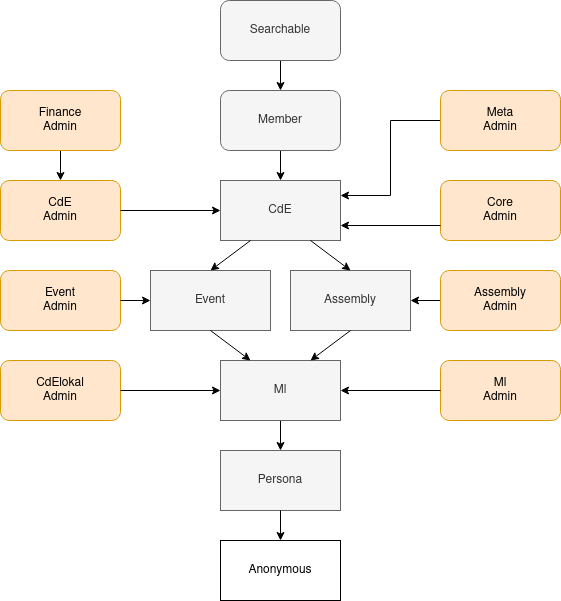
This is doc/source/Roles.png from cde-ev/cdedb2, a draw.io export, as it was before one commit. Source tidied: cells renumbered, new cells last; positions are measured from the earlier drawing's top-left corner, leaving out a move shared by most shapes. Source of this version:
```xml
<mxGraphModel>
  <root>
    <mxCell id="0" />
    <mxCell id="1" parent="0" />
    <mxCell id="2" value="Persona" style="rounded=0;whiteSpace=wrap;html=1;fillColor=#f5f5f5;strokeColor=#666666;fontColor=#333333;" parent="1" vertex="1">
      <mxGeometry x="220" y="450" width="120" height="60" as="geometry" />
    </mxCell>
    <mxCell id="3" value="Anonymous" style="rounded=0;whiteSpace=wrap;html=1;" parent="1" vertex="1">
      <mxGeometry x="220" y="540" width="120" height="60" as="geometry" />
    </mxCell>
    <mxCell id="4" style="edgeStyle=orthogonalEdgeStyle;rounded=0;jettySize=auto;html=1;" parent="1" edge="1" source="5" target="2">
      <mxGeometry relative="1" as="geometry" />
    </mxCell>
    <mxCell id="5" value="Ml" style="rounded=0;whiteSpace=wrap;html=1;fillColor=#f5f5f5;strokeColor=#666666;fontColor=#333333;" parent="1" vertex="1">
      <mxGeometry x="220" y="360" width="120" height="60" as="geometry" />
    </mxCell>
    <mxCell id="6" style="endArrow=classic;html=1;exitX=0.5;exitY=1;exitDx=0;exitDy=0;entryX=0.5;entryY=0;entryDx=0;entryDy=0;" parent="1" edge="1" source="2" target="3">
      <mxGeometry relative="1" as="geometry" />
    </mxCell>
    <mxCell id="7" value="Assembly" style="rounded=0;whiteSpace=wrap;html=1;fillColor=#f5f5f5;strokeColor=#666666;fontColor=#333333;" parent="1" vertex="1">
      <mxGeometry x="290" y="270" width="120" height="60" as="geometry" />
    </mxCell>
    <mxCell id="8" style="endArrow=classic;html=1;exitX=0.5;exitY=1;exitDx=0;exitDy=0;entryX=0.75;entryY=0;entryDx=0;entryDy=0;" parent="1" edge="1" source="7" target="5">
      <mxGeometry relative="1" as="geometry" />
    </mxCell>
    <mxCell id="9" value="Event" style="rounded=0;whiteSpace=wrap;html=1;fillColor=#f5f5f5;strokeColor=#666666;fontColor=#333333;" parent="1" vertex="1">
      <mxGeometry x="150" y="270" width="120" height="60" as="geometry" />
    </mxCell>
    <mxCell id="10" value="CdE" style="rounded=0;whiteSpace=wrap;html=1;fillColor=#f5f5f5;strokeColor=#666666;fontColor=#333333;" parent="1" vertex="1">
      <mxGeometry x="220" y="180" width="120" height="60" as="geometry" />
    </mxCell>
    <mxCell id="11" style="endArrow=classic;html=1;exitX=0.5;exitY=1;exitDx=0;exitDy=0;entryX=0.25;entryY=0;entryDx=0;entryDy=0;" parent="1" edge="1" source="9" target="5">
      <mxGeometry relative="1" as="geometry" />
    </mxCell>
    <mxCell id="12" style="edgeStyle=orthogonalEdgeStyle;rounded=0;jettySize=auto;html=1;" parent="1" edge="1" source="13" target="7">
      <mxGeometry relative="1" as="geometry" />
    </mxCell>
    <mxCell id="13" value="Assembly&lt;br&gt;Admin" style="rounded=1;whiteSpace=wrap;html=1;fillColor=#ffe6cc;strokeColor=#d79b00;" parent="1" vertex="1">
      <mxGeometry x="440" y="270" width="120" height="60" as="geometry" />
    </mxCell>
    <mxCell id="14" value="&lt;div&gt;Event&lt;/div&gt;&lt;div&gt;Admin&lt;br&gt;&lt;/div&gt;" style="rounded=1;whiteSpace=wrap;html=1;fillColor=#ffe6cc;strokeColor=#d79b00;" parent="1" vertex="1">
      <mxGeometry y="270" width="120" height="60" as="geometry" />
    </mxCell>
    <mxCell id="15" value="CdE&lt;br&gt;Admin" style="rounded=1;whiteSpace=wrap;html=1;fillColor=#ffe6cc;strokeColor=#d79b00;" parent="1" vertex="1">
      <mxGeometry y="180" width="120" height="60" as="geometry" />
    </mxCell>
    <mxCell id="16" value="Core&lt;br&gt;Admin" style="rounded=1;whiteSpace=wrap;html=1;fillColor=#ffe6cc;strokeColor=#d79b00;" parent="1" vertex="1">
      <mxGeometry x="440" y="180" width="120" height="60" as="geometry" />
    </mxCell>
    <mxCell id="17" style="edgeStyle=orthogonalEdgeStyle;rounded=0;jettySize=auto;html=1;" parent="1" edge="1" source="18" target="15">
      <mxGeometry relative="1" as="geometry" />
    </mxCell>
    <mxCell id="18" value="Finance&lt;br&gt;Admin" style="rounded=1;whiteSpace=wrap;html=1;fillColor=#ffe6cc;strokeColor=#d79b00;" parent="1" vertex="1">
      <mxGeometry y="90" width="120" height="60" as="geometry" />
    </mxCell>
    <mxCell id="19" style="edgeStyle=orthogonalEdgeStyle;rounded=0;orthogonalLoop=1;jettySize=auto;html=1;" parent="1" edge="1">
      <mxGeometry relative="1" as="geometry">
        <mxPoint x="280" y="60" as="sourcePoint" />
        <mxPoint x="280" y="90" as="targetPoint" />
      </mxGeometry>
    </mxCell>
    <mxCell id="20" style="edgeStyle=orthogonalEdgeStyle;rounded=0;jettySize=auto;html=1;exitX=0;exitY=0.5;exitDx=0;exitDy=0;entryX=1;entryY=0.25;entryDx=0;entryDy=0;" parent="1" edge="1" source="21" target="10">
      <mxGeometry relative="1" as="geometry" />
    </mxCell>
    <mxCell id="21" value="Meta&lt;br&gt;Admin" style="rounded=1;whiteSpace=wrap;html=1;fillColor=#ffe6cc;strokeColor=#d79b00;" parent="1" vertex="1">
      <mxGeometry x="440" y="90" width="120" height="60" as="geometry" />
    </mxCell>
    <mxCell id="22" style="endArrow=classic;html=1;exitX=0.25;exitY=1;exitDx=0;exitDy=0;entryX=0.5;entryY=0;entryDx=0;entryDy=0;" parent="1" edge="1" source="10" target="9">
      <mxGeometry relative="1" as="geometry" />
    </mxCell>
    <mxCell id="23" style="endArrow=classic;html=1;entryX=0.5;entryY=0;entryDx=0;entryDy=0;exitX=0.75;exitY=1;exitDx=0;exitDy=0;" parent="1" edge="1" source="10" target="7">
      <mxGeometry relative="1" as="geometry" />
    </mxCell>
    <mxCell id="24" style="endArrow=classic;html=1;exitX=1;exitY=0.5;exitDx=0;exitDy=0;entryX=0;entryY=0.5;entryDx=0;entryDy=0;" parent="1" edge="1" source="14" target="9">
      <mxGeometry relative="1" as="geometry" />
    </mxCell>
    <mxCell id="25" style="endArrow=classic;html=1;exitX=1;exitY=0.5;exitDx=0;exitDy=0;entryX=0;entryY=0.5;entryDx=0;entryDy=0;" parent="1" edge="1" source="15" target="10">
      <mxGeometry relative="1" as="geometry" />
    </mxCell>
    <mxCell id="26" style="endArrow=classic;html=1;exitX=0;exitY=0.75;exitDx=0;exitDy=0;entryX=1;entryY=0.75;entryDx=0;entryDy=0;" parent="1" edge="1" source="16" target="10">
      <mxGeometry relative="1" as="geometry" />
    </mxCell>
    <mxCell id="27" style="endArrow=classic;html=1;exitX=0.5;exitY=1;exitDx=0;exitDy=0;entryX=0.5;entryY=0;entryDx=0;entryDy=0;" parent="1" edge="1" target="10">
      <mxGeometry relative="1" as="geometry">
        <mxPoint x="280" y="150" as="sourcePoint" />
      </mxGeometry>
    </mxCell>
    <mxCell id="28" value="Searchable" style="rounded=1;whiteSpace=wrap;html=1;fillColor=#f5f5f5;strokeColor=#666666;fontColor=#333333;" parent="1" vertex="1">
      <mxGeometry x="220" width="120" height="60" as="geometry" />
    </mxCell>
    <mxCell id="29" value="Member" style="rounded=1;whiteSpace=wrap;html=1;fillColor=#f5f5f5;strokeColor=#666666;fontColor=#333333;" parent="1" vertex="1">
      <mxGeometry x="220" y="90" width="120" height="60" as="geometry" />
    </mxCell>
    <mxCell id="30" value="Ml&lt;br&gt;Admin" style="rounded=1;whiteSpace=wrap;html=1;fillColor=#ffe6cc;strokeColor=#d79b00;" parent="1" vertex="1">
      <mxGeometry x="440" y="360" width="120" height="60" as="geometry" />
    </mxCell>
    <mxCell id="31" value="CdElokal&lt;br&gt;Admin" style="rounded=1;whiteSpace=wrap;html=1;fillColor=#ffe6cc;strokeColor=#d79b00;" parent="1" vertex="1">
      <mxGeometry y="360" width="120" height="60" as="geometry" />
    </mxCell>
    <mxCell id="32" style="endArrow=classic;html=1;exitX=1;exitY=0.5;exitDx=0;exitDy=0;entryX=0;entryY=0.5;entryDx=0;entryDy=0;" parent="1" edge="1" source="31" target="5">
      <mxGeometry relative="1" as="geometry" />
    </mxCell>
    <mxCell id="33" style="endArrow=classic;html=1;exitX=0;exitY=0.5;exitDx=0;exitDy=0;entryX=1;entryY=0.5;entryDx=0;entryDy=0;" parent="1" edge="1" source="30" target="5">
      <mxGeometry relative="1" as="geometry" />
    </mxCell>
  </root>
</mxGraphModel>
```
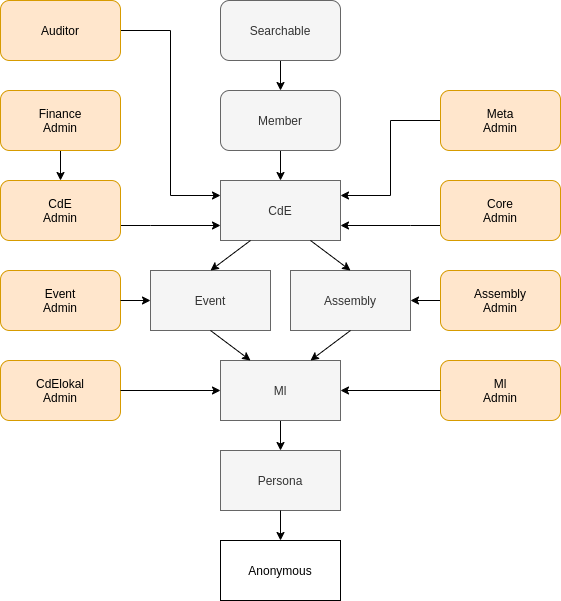
Above is the later version.

Commit message:
doc: mention auditor role. Expand info on other special admin roles.

The edit, as a diff of the source:
```diff
@@ -41,9 +41,25 @@
     <mxCell id="14" value="&lt;div&gt;Event&lt;/div&gt;&lt;div&gt;Admin&lt;br&gt;&lt;/div&gt;" style="rounded=1;whiteSpace=wrap;html=1;fillColor=#ffe6cc;strokeColor=#d79b00;" parent="1" vertex="1">
       <mxGeometry y="270" width="120" height="60" as="geometry" />
     </mxCell>
+    <mxCell id="25" style="edgeStyle=orthogonalEdgeStyle;rounded=0;jettySize=auto;html=1;entryX=0;entryY=0.75;entryDx=0;entryDy=0;" parent="1" edge="1" source="15" target="10">
+      <mxGeometry relative="1" as="geometry">
+        <Array as="points">
+          <mxPoint x="150" y="225" />
+          <mxPoint x="150" y="225" />
+        </Array>
+      </mxGeometry>
+    </mxCell>
     <mxCell id="15" value="CdE&lt;br&gt;Admin" style="rounded=1;whiteSpace=wrap;html=1;fillColor=#ffe6cc;strokeColor=#d79b00;" parent="1" vertex="1">
       <mxGeometry y="180" width="120" height="60" as="geometry" />
     </mxCell>
+    <mxCell id="26" style="edgeStyle=orthogonalEdgeStyle;rounded=0;jettySize=auto;html=1;entryX=1;entryY=0.75;entryDx=0;entryDy=0;" parent="1" edge="1" source="16" target="10">
+      <mxGeometry relative="1" as="geometry">
+        <Array as="points">
+          <mxPoint x="410" y="225" />
+          <mxPoint x="410" y="225" />
+        </Array>
+      </mxGeometry>
+    </mxCell>
     <mxCell id="16" value="Core&lt;br&gt;Admin" style="rounded=1;whiteSpace=wrap;html=1;fillColor=#ffe6cc;strokeColor=#d79b00;" parent="1" vertex="1">
       <mxGeometry x="440" y="180" width="120" height="60" as="geometry" />
     </mxCell>
@@ -53,13 +69,13 @@
     <mxCell id="18" value="Finance&lt;br&gt;Admin" style="rounded=1;whiteSpace=wrap;html=1;fillColor=#ffe6cc;strokeColor=#d79b00;" parent="1" vertex="1">
       <mxGeometry y="90" width="120" height="60" as="geometry" />
     </mxCell>
-    <mxCell id="19" style="edgeStyle=orthogonalEdgeStyle;rounded=0;orthogonalLoop=1;jettySize=auto;html=1;" parent="1" edge="1">
-      <mxGeometry relative="1" as="geometry">
-        <mxPoint x="280" y="60" as="sourcePoint" />
-        <mxPoint x="280" y="90" as="targetPoint" />
-      </mxGeometry>
-    </mxCell>
+    <mxCell id="34" style="edgeStyle=orthogonalEdgeStyle;rounded=0;orthogonalLoop=1;jettySize=auto;html=1;" parent="1" edge="1">
+      <mxGeometry relative="1" as="geometry">
+        <mxPoint x="280" y="60" as="sourcePoint" />
+        <mxPoint x="280" y="90" as="targetPoint" />
+      </mxGeometry>
+    </mxCell>
-    <mxCell id="20" style="edgeStyle=orthogonalEdgeStyle;rounded=0;jettySize=auto;html=1;exitX=0;exitY=0.5;exitDx=0;exitDy=0;entryX=1;entryY=0.25;entryDx=0;entryDy=0;" parent="1" edge="1" source="21" target="10">
+    <mxCell id="20" style="edgeStyle=orthogonalEdgeStyle;rounded=0;jettySize=auto;html=1;entryX=1;entryY=0.25;entryDx=0;entryDy=0;" parent="1" edge="1" source="21" target="10">
       <mxGeometry relative="1" as="geometry" />
     </mxCell>
     <mxCell id="21" value="Meta&lt;br&gt;Admin" style="rounded=1;whiteSpace=wrap;html=1;fillColor=#ffe6cc;strokeColor=#d79b00;" parent="1" vertex="1">
@@ -74,17 +90,11 @@
     <mxCell id="24" style="endArrow=classic;html=1;exitX=1;exitY=0.5;exitDx=0;exitDy=0;entryX=0;entryY=0.5;entryDx=0;entryDy=0;" parent="1" edge="1" source="14" target="9">
       <mxGeometry relative="1" as="geometry" />
     </mxCell>
-    <mxCell id="25" style="endArrow=classic;html=1;exitX=1;exitY=0.5;exitDx=0;exitDy=0;entryX=0;entryY=0.5;entryDx=0;entryDy=0;" parent="1" edge="1" source="15" target="10">
-      <mxGeometry relative="1" as="geometry" />
-    </mxCell>
-    <mxCell id="26" style="endArrow=classic;html=1;exitX=0;exitY=0.75;exitDx=0;exitDy=0;entryX=1;entryY=0.75;entryDx=0;entryDy=0;" parent="1" edge="1" source="16" target="10">
-      <mxGeometry relative="1" as="geometry" />
-    </mxCell>
-    <mxCell id="27" style="endArrow=classic;html=1;exitX=0.5;exitY=1;exitDx=0;exitDy=0;entryX=0.5;entryY=0;entryDx=0;entryDy=0;" parent="1" edge="1" target="10">
-      <mxGeometry relative="1" as="geometry">
-        <mxPoint x="280" y="150" as="sourcePoint" />
-      </mxGeometry>
-    </mxCell>
+    <mxCell id="35" style="endArrow=classic;html=1;exitX=0.5;exitY=1;exitDx=0;exitDy=0;entryX=0.5;entryY=0;entryDx=0;entryDy=0;" parent="1" edge="1" target="10">
+      <mxGeometry relative="1" as="geometry">
+        <mxPoint x="280" y="150" as="sourcePoint" />
+      </mxGeometry>
+    </mxCell>
     <mxCell id="28" value="Searchable" style="rounded=1;whiteSpace=wrap;html=1;fillColor=#f5f5f5;strokeColor=#666666;fontColor=#333333;" parent="1" vertex="1">
       <mxGeometry x="220" width="120" height="60" as="geometry" />
     </mxCell>
@@ -103,5 +113,11 @@
     <mxCell id="33" style="endArrow=classic;html=1;exitX=0;exitY=0.5;exitDx=0;exitDy=0;entryX=1;entryY=0.5;entryDx=0;entryDy=0;" parent="1" edge="1" source="30" target="5">
       <mxGeometry relative="1" as="geometry" />
     </mxCell>
+    <mxCell id="36" style="edgeStyle=orthogonalEdgeStyle;rounded=0;jettySize=auto;html=1;entryX=0;entryY=0.25;entryDx=0;entryDy=0;" parent="1" edge="1" source="37" target="10">
+      <mxGeometry relative="1" as="geometry" />
+    </mxCell>
+    <mxCell id="37" value="Auditor" style="rounded=1;whiteSpace=wrap;html=1;fillColor=#ffe6cc;strokeColor=#d79b00;" parent="1" vertex="1">
+      <mxGeometry width="120" height="60" as="geometry" />
+    </mxCell>
   </root>
 </mxGraphModel>
```
